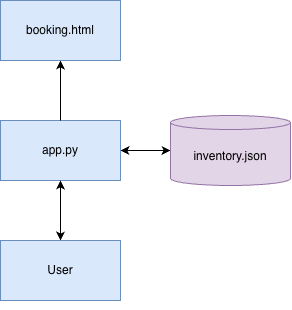
Before: system-diagram.drawio.png, a diagram exported from draw.io (satwikagejara/table-chair-rental). Source tidied: cells renumbered, new cells last; positions are measured from the earlier drawing's top-left corner, leaving out a move shared by most shapes.
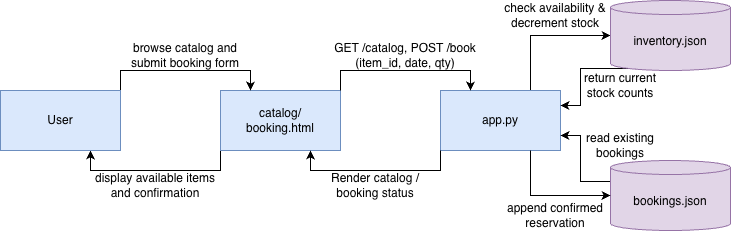
After the commit.

Diff of the diagram source:
```diff
@@ -2,29 +2,81 @@
   <root>
     <mxCell id="0" />
     <mxCell id="1" parent="0" />
-    <mxCell id="2" style="edgeStyle=orthogonalEdgeStyle;rounded=0;jettySize=auto;html=1;defaultLabelBackgroundColor=page;startArrow=classic;startFill=1;" parent="1" edge="1" source="3" target="6">
-      <mxGeometry relative="1" as="geometry" />
+    <mxCell id="2" style="edgeStyle=orthogonalEdgeStyle;rounded=0;jettySize=auto;html=1;exitX=0.75;exitY=0;exitDx=0;exitDy=0;defaultLabelBackgroundColor=page;labelPadding=0 4;entryX=0;entryY=0.5;entryDx=0;entryDy=0;entryPerimeter=0;" parent="1" edge="1" source="3" target="6">
+      <mxGeometry x="-0.63" relative="1" as="geometry" />
     </mxCell>
     <mxCell id="3" value="app.py" style="rounded=0;whiteSpace=wrap;html=1;fillColor=#dae8fc;strokeColor=#6c8ebf;" parent="1" vertex="1">
-      <mxGeometry y="120" width="120" height="60" as="geometry" />
+      <mxGeometry x="410" y="30" width="120" height="60" as="geometry" />
     </mxCell>
-    <mxCell id="4" style="edgeStyle=orthogonalEdgeStyle;rounded=0;jettySize=auto;html=1;defaultLabelBackgroundColor=page;startArrow=classic;startFill=1;endArrow=none;endFill=0;" parent="1" edge="1" source="5" target="3">
-      <mxGeometry relative="1" as="geometry" />
-    </mxCell>
+    <mxCell id="10" style="edgeStyle=orthogonalEdgeStyle;rounded=0;jettySize=auto;html=1;exitX=0;exitY=1;exitDx=0;exitDy=0;entryX=0.75;entryY=1;entryDx=0;entryDy=0;defaultLabelBackgroundColor=page;labelPadding=0 4;" parent="1" edge="1" source="5" target="8">
+      <mxGeometry x="-0.18" relative="1" as="geometry" />
+    </mxCell>
-    <mxCell id="5" value="booking.html" style="rounded=0;whiteSpace=wrap;html=1;fillColor=#dae8fc;strokeColor=#6c8ebf;" parent="1" vertex="1">
-      <mxGeometry width="120" height="60" as="geometry" />
+    <mxCell id="5" value="catalog/&lt;div&gt;booking.html&lt;/div&gt;" style="rounded=0;whiteSpace=wrap;html=1;fillColor=#dae8fc;strokeColor=#6c8ebf;" parent="1" vertex="1">
+      <mxGeometry x="190" y="30" width="120" height="60" as="geometry" />
     </mxCell>
+    <mxCell id="11" style="edgeStyle=orthogonalEdgeStyle;rounded=0;jettySize=auto;html=1;exitX=0.145;exitY=1;exitDx=0;exitDy=-2.03;exitPerimeter=0;entryX=1;entryY=0.25;entryDx=0;entryDy=0;defaultLabelBackgroundColor=page;labelPadding=0 4;" parent="1" edge="1" source="6" target="3">
+      <mxGeometry x="0.15" relative="1" as="geometry">
+        <Array as="points">
+          <mxPoint x="550" y="8" />
+          <mxPoint x="550" y="45" />
+        </Array>
+      </mxGeometry>
+    </mxCell>
     <mxCell id="6" value="inventory.json" style="shape=cylinder3;whiteSpace=wrap;html=1;boundedLbl=1;backgroundOutline=1;size=7;fillColor=#e1d5e7;strokeColor=#9673a6;" parent="1" vertex="1">
-      <mxGeometry x="170" y="115" width="120" height="70" as="geometry" />
+      <mxGeometry x="580" y="-60" width="120" height="70" as="geometry" />
     </mxCell>
-    <mxCell id="7" style="edgeStyle=orthogonalEdgeStyle;rounded=0;jettySize=auto;html=1;entryX=0.5;entryY=1;entryDx=0;entryDy=0;defaultLabelBackgroundColor=page;startArrow=classic;startFill=1;" parent="1" edge="1" source="8" target="3">
-      <mxGeometry relative="1" as="geometry" />
-    </mxCell>
+    <mxCell id="12" style="edgeStyle=orthogonalEdgeStyle;rounded=0;jettySize=auto;html=1;exitX=1;exitY=0;exitDx=0;exitDy=0;entryX=0.25;entryY=0;entryDx=0;entryDy=0;defaultLabelBackgroundColor=page;labelPadding=0 4;" parent="1" edge="1" source="8" target="5">
+      <mxGeometry x="-0.18" relative="1" as="geometry" />
+    </mxCell>
     <mxCell id="8" value="User" style="rounded=0;whiteSpace=wrap;html=1;fillColor=#dae8fc;strokeColor=#6c8ebf;" parent="1" vertex="1">
-      <mxGeometry y="240" width="120" height="60" as="geometry" />
+      <mxGeometry x="-30" y="30" width="120" height="60" as="geometry" />
     </mxCell>
     <mxCell id="9" style="edgeStyle=orthogonalEdgeStyle;rounded=0;orthogonalLoop=1;jettySize=auto;html=1;innerLoopWaypoints=1;exitX=0.5;exitY=1;exitDx=0;exitDy=0;defaultLabelBackgroundColor=page;" parent="1" edge="1" source="8" target="8">
       <mxGeometry relative="1" as="geometry" />
     </mxCell>
+    <mxCell id="13" style="edgeStyle=orthogonalEdgeStyle;rounded=0;jettySize=auto;html=1;exitX=0;exitY=0.25;exitDx=0;exitDy=3.5;exitPerimeter=0;entryX=1;entryY=0.75;entryDx=0;entryDy=0;defaultLabelBackgroundColor=page;labelPadding=0 4;" parent="1" edge="1" source="14" target="3">
+      <mxGeometry relative="1" as="geometry">
+        <Array as="points">
+          <mxPoint x="550" y="121" />
+          <mxPoint x="550" y="75" />
+        </Array>
+      </mxGeometry>
+    </mxCell>
+    <mxCell id="14" value="bookings&lt;span style=&quot;background-color: transparent; color: light-dark(#000000, var(--ge-light-color, #ffffff));&quot;&gt;.json&lt;/span&gt;" style="shape=cylinder3;whiteSpace=wrap;html=1;boundedLbl=1;backgroundOutline=1;size=7;fillColor=#e1d5e7;strokeColor=#9673a6;" parent="1" vertex="1">
+      <mxGeometry x="580" y="100" width="120" height="70" as="geometry" />
+    </mxCell>
+    <mxCell id="15" value="GET /catalog, POST /book (item_id, date, qty)" style="text;html=1;whiteSpace=wrap;strokeColor=none;fillColor=none;align=center;verticalAlign=middle;rounded=0;" parent="1" vertex="1">
+      <mxGeometry x="300" y="-20" width="150" height="30" as="geometry" />
+    </mxCell>
+    <mxCell id="16" value="display available items and confirmation" style="text;html=1;whiteSpace=wrap;strokeColor=none;fillColor=none;align=center;verticalAlign=middle;rounded=0;" parent="1" vertex="1">
+      <mxGeometry x="60" y="110" width="130" height="30" as="geometry" />
+    </mxCell>
+    <mxCell id="4" style="edgeStyle=orthogonalEdgeStyle;rounded=0;jettySize=auto;html=1;defaultLabelBackgroundColor=page;labelPadding=0 4;exitX=1;exitY=0;exitDx=0;exitDy=0;entryX=0.25;entryY=0;entryDx=0;entryDy=0;" parent="1" edge="1" source="5" target="3">
+      <mxGeometry relative="1" as="geometry" />
+    </mxCell>
+    <mxCell id="17" style="edgeStyle=orthogonalEdgeStyle;rounded=0;jettySize=auto;html=1;defaultLabelBackgroundColor=page;labelPadding=0 4;exitX=0;exitY=1;exitDx=0;exitDy=0;entryX=0.75;entryY=1;entryDx=0;entryDy=0;" parent="1" edge="1" source="3" target="5">
+      <mxGeometry relative="1" as="geometry" />
+    </mxCell>
+    <mxCell id="18" value="browse catalog and submit booking form" style="text;html=1;whiteSpace=wrap;strokeColor=none;fillColor=none;align=center;verticalAlign=middle;rounded=0;" parent="1" vertex="1">
+      <mxGeometry x="90" y="-20" width="130" height="30" as="geometry" />
+    </mxCell>
+    <mxCell id="19" value="Render catalog / booking status" style="text;html=1;whiteSpace=wrap;strokeColor=none;fillColor=none;align=center;verticalAlign=middle;rounded=0;" parent="1" vertex="1">
+      <mxGeometry x="280" y="110" width="130" height="30" as="geometry" />
+    </mxCell>
+    <mxCell id="20" style="edgeStyle=orthogonalEdgeStyle;rounded=0;jettySize=auto;html=1;exitX=0.75;exitY=1;exitDx=0;exitDy=0;entryX=0;entryY=0.5;entryDx=0;entryDy=0;entryPerimeter=0;defaultLabelBackgroundColor=page;labelPadding=0 4;" parent="1" edge="1" source="3" target="14">
+      <mxGeometry relative="1" as="geometry" />
+    </mxCell>
+    <mxCell id="21" value="check availability &amp;amp; decrement stock" style="text;html=1;whiteSpace=wrap;strokeColor=none;fillColor=none;align=center;verticalAlign=middle;rounded=0;" parent="1" vertex="1">
+      <mxGeometry x="450" y="-60" width="150" height="30" as="geometry" />
+    </mxCell>
+    <mxCell id="22" value="return current stock counts" style="text;html=1;whiteSpace=wrap;strokeColor=none;fillColor=none;align=center;verticalAlign=middle;rounded=0;" parent="1" vertex="1">
+      <mxGeometry x="540" y="10" width="100" height="30" as="geometry" />
+    </mxCell>
+    <mxCell id="23" value="append confirmed reservation" style="text;html=1;whiteSpace=wrap;strokeColor=none;fillColor=none;align=center;verticalAlign=middle;rounded=0;" parent="1" vertex="1">
+      <mxGeometry x="450" y="140" width="150" height="30" as="geometry" />
+    </mxCell>
+    <mxCell id="24" value="read existing bookings" style="text;html=1;whiteSpace=wrap;strokeColor=none;fillColor=none;align=center;verticalAlign=middle;rounded=0;" parent="1" vertex="1">
+      <mxGeometry x="540" y="70" width="100" height="30" as="geometry" />
+    </mxCell>
   </root>
 </mxGraphModel>
```
